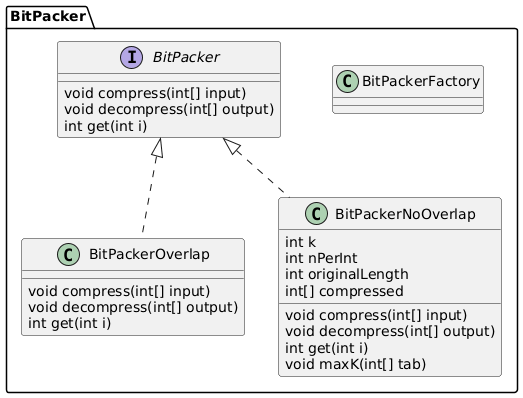
Above: diagramme_de_classe.png in Sofiane949/BitPacking_Software_Engineering (PlantUML), before the change.
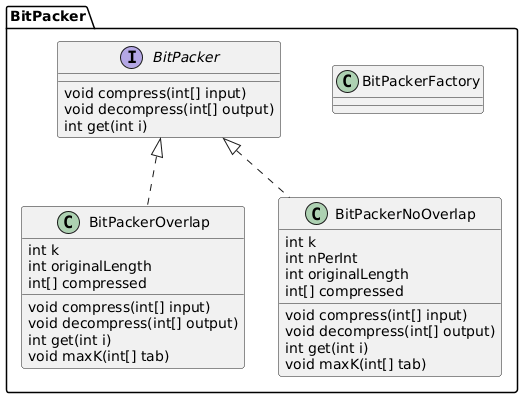
The same diagram one commit later.

What changed in the source:
```diff
@@ -8,9 +8,13 @@
 }
 
 class BitPackerOverlap implements BitPacker {
+    int k
+    int originalLength
+    int[] compressed
     void compress(int[] input)
     void decompress(int[] output)
     int get(int i)
+    void maxK(int[] tab)
 }
 
 class BitPackerNoOverlap implements BitPacker {
```
